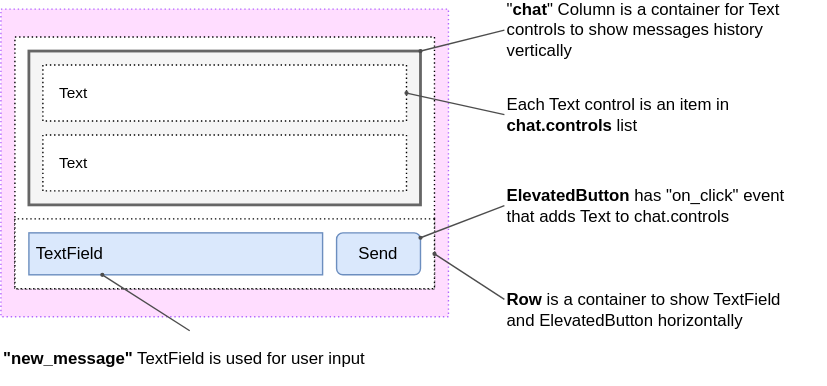
flet-dev/flet keeps this draw.io diagram as sdk/python/examples/tutorials/chat/media/layout-1.svg. Above is the earlier version. Source tidied: cells renumbered, new cells last; positions are measured from the earlier drawing's top-left corner, leaving out a move shared by most shapes.
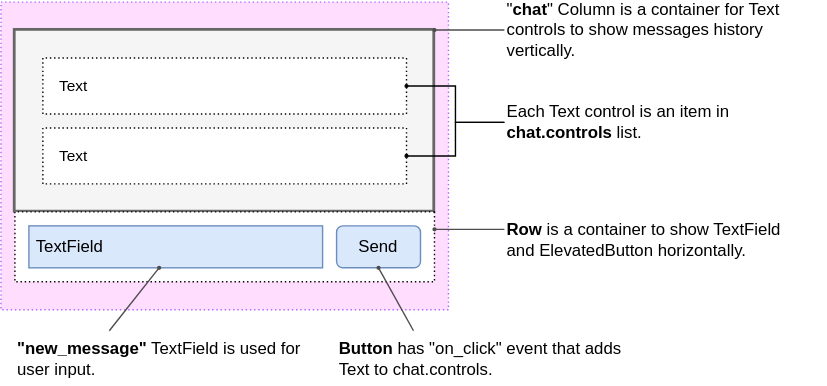
The same file after the commit.

Commit message:
Small fixes for chat tutorial (#6154)

* docs: reorder text layout in chat tutorial

* docs: Fix link and reorder list item

* docs: Fix image

* docs: Fix link

The edit, as a diff of the source:
```diff
@@ -5,11 +5,8 @@
     <mxCell id="2" style="rounded=0;whiteSpace=wrap;html=1;dashed=1;dashPattern=1 2;fillColor=#FFDDFF;strokeColor=#B266FF;" parent="1" vertex="1">
       <mxGeometry width="320" height="220" as="geometry" />
     </mxCell>
-    <mxCell id="3" style="rounded=0;whiteSpace=wrap;html=1;direction=south;dashed=1;dashPattern=1 2;" parent="1" vertex="1">
-      <mxGeometry x="10" y="20" width="300" height="180" as="geometry" />
-    </mxCell>
     <mxCell id="4" style="rounded=0;whiteSpace=wrap;html=1;direction=south;fillColor=#f5f5f5;strokeColor=#666666;fontColor=#333333;strokeWidth=2;" parent="1" vertex="1">
-      <mxGeometry x="20" y="30" width="280" height="110" as="geometry" />
+      <mxGeometry x="10" y="20" width="300" height="130" as="geometry" />
     </mxCell>
     <mxCell id="5" style="rounded=0;whiteSpace=wrap;html=1;direction=south;dashed=1;dashPattern=1 2;" parent="1" vertex="1">
       <mxGeometry x="30" y="40" width="260" height="40" as="geometry" />
@@ -23,44 +20,47 @@
     <mxCell id="8" value="Send" style="rounded=1;whiteSpace=wrap;html=1;fillColor=#dae8fc;sketch=0;strokeColor=#6c8ebf;" parent="1" vertex="1">
       <mxGeometry x="240" y="160" width="60" height="30" as="geometry" />
     </mxCell>
-    <mxCell id="9" value="&lt;b&gt;ElevatedButton&lt;/b&gt; has &quot;on_click&quot; event that adds Text to chat.controls" style="text;html=1;strokeColor=none;fillColor=none;align=left;verticalAlign=middle;whiteSpace=wrap;rounded=0;dashed=1;dashPattern=1 2;sketch=0;fontSize=12;" parent="1" vertex="1">
-      <mxGeometry x="360" y="121" width="220" height="39" as="geometry" />
+    <mxCell id="9" value="&lt;b&gt;Button&lt;/b&gt; has &quot;on_click&quot; event that adds Text to chat.controls." style="text;html=1;strokeColor=none;fillColor=none;align=left;verticalAlign=middle;whiteSpace=wrap;rounded=0;dashed=1;dashPattern=1 2;sketch=0;fontSize=12;" parent="1" vertex="1">
+      <mxGeometry x="240" y="235" width="220" height="39" as="geometry" />
     </mxCell>
-    <mxCell id="10" style="endArrow=oval;html=1;endFill=1;strokeWidth=1;jumpSize=5;endSize=2;startSize=2;strokeColor=#4D4D4D;exitX=0;exitY=0.5;exitDx=0;exitDy=0;" parent="1" edge="1" source="9" target="8">
+    <mxCell id="10" style="endArrow=oval;html=1;endFill=1;strokeWidth=1;jumpSize=5;endSize=2;startSize=2;strokeColor=#4D4D4D;entryX=0.5;entryY=1;entryDx=0;entryDy=0;exitX=0.25;exitY=0;exitDx=0;exitDy=0;" parent="1" edge="1" source="9" target="8">
       <mxGeometry relative="1" as="geometry" />
     </mxCell>
     <mxCell id="11" value="Text" style="text;html=1;strokeColor=none;fillColor=none;align=left;verticalAlign=middle;whiteSpace=wrap;rounded=0;dashed=1;dashPattern=1 2;sketch=0;fontSize=11;" parent="1" vertex="1">
       <mxGeometry x="40" y="50.5" width="100" height="19" as="geometry" />
     </mxCell>
-    <mxCell id="12" value="Each Text control is an item in &lt;b&gt;chat.controls&lt;/b&gt; list" style="text;html=1;strokeColor=none;fillColor=none;align=left;verticalAlign=middle;whiteSpace=wrap;rounded=0;dashed=1;dashPattern=1 2;sketch=0;fontSize=12;" parent="1" vertex="1">
-      <mxGeometry x="360" y="61" width="230" height="29" as="geometry" />
+    <mxCell id="12" value="Each Text control is an item in &lt;b&gt;chat.controls&lt;/b&gt; list." style="text;html=1;strokeColor=none;fillColor=none;align=left;verticalAlign=middle;whiteSpace=wrap;rounded=0;dashed=1;dashPattern=1 2;sketch=0;fontSize=12;" parent="1" vertex="1">
+      <mxGeometry x="360" y="71.5" width="230" height="29" as="geometry" />
     </mxCell>
-    <mxCell id="13" style="endArrow=oval;html=1;endFill=1;strokeWidth=1;jumpSize=5;endSize=2;startSize=2;strokeColor=#4D4D4D;exitX=0;exitY=0.5;exitDx=0;exitDy=0;entryX=0.5;entryY=0;entryDx=0;entryDy=0;" parent="1" edge="1" source="12" target="5">
-      <mxGeometry relative="1" as="geometry" />
-    </mxCell>
-    <mxCell id="14" value="&quot;&lt;b&gt;chat&lt;/b&gt;&quot; Column is a container for Text controls to show messages history vertically" style="text;html=1;strokeColor=none;fillColor=none;align=left;verticalAlign=middle;whiteSpace=wrap;rounded=0;dashed=1;dashPattern=1 2;sketch=0;fontSize=12;" parent="1" vertex="1">
-      <mxGeometry x="360" width="210" height="30" as="geometry" />
+    <mxCell id="14" value="&quot;&lt;b&gt;chat&lt;/b&gt;&quot; Column is a container for Text controls to show messages history vertically." style="text;html=1;strokeColor=none;fillColor=none;align=left;verticalAlign=middle;whiteSpace=wrap;rounded=0;dashed=1;dashPattern=1 2;sketch=0;fontSize=12;" parent="1" vertex="1">
+      <mxGeometry x="360" y="5" width="210" height="30" as="geometry" />
     </mxCell>
-    <mxCell id="15" style="endArrow=oval;html=1;endFill=1;strokeWidth=1;jumpSize=5;endSize=2;startSize=2;strokeColor=#4D4D4D;exitX=0;exitY=0.5;exitDx=0;exitDy=0;entryX=0;entryY=0;entryDx=0;entryDy=0;" parent="1" edge="1" source="14" target="4">
-      <mxGeometry relative="1" as="geometry" />
-    </mxCell>
     <mxCell id="16" style="rounded=0;whiteSpace=wrap;html=1;direction=south;dashed=1;dashPattern=1 2;" parent="1" vertex="1">
       <mxGeometry x="30" y="90" width="260" height="40" as="geometry" />
     </mxCell>
     <mxCell id="17" value="Text" style="text;html=1;strokeColor=none;fillColor=none;align=left;verticalAlign=middle;whiteSpace=wrap;rounded=0;dashed=1;dashPattern=1 2;sketch=0;fontSize=11;" parent="1" vertex="1">
       <mxGeometry x="40" y="100.5" width="100" height="19" as="geometry" />
     </mxCell>
-    <mxCell id="18" value="&lt;b&gt;&quot;new_message&quot;&lt;/b&gt; TextField is used for user input&amp;nbsp;" style="text;html=1;strokeColor=none;fillColor=none;align=left;verticalAlign=middle;whiteSpace=wrap;rounded=0;dashed=1;dashPattern=1 2;sketch=0;fontSize=12;" parent="1" vertex="1">
-      <mxGeometry y="230" width="270" height="39" as="geometry" />
+    <mxCell id="18" value="&lt;div&gt;&lt;b&gt;&quot;new_message&quot;&lt;/b&gt; TextField is used for&amp;nbsp;&lt;/div&gt;&lt;div&gt;user input.&amp;nbsp;&lt;/div&gt;" style="text;html=1;strokeColor=none;fillColor=none;align=left;verticalAlign=middle;whiteSpace=wrap;rounded=0;dashed=1;dashPattern=1 2;sketch=0;fontSize=12;" parent="1" vertex="1">
+      <mxGeometry x="10" y="235" width="270" height="39" as="geometry" />
     </mxCell>
-    <mxCell id="19" style="endArrow=oval;html=1;endFill=1;strokeWidth=1;jumpSize=5;endSize=2;startSize=2;strokeColor=#4D4D4D;exitX=0.5;exitY=0;exitDx=0;exitDy=0;entryX=0.25;entryY=1;entryDx=0;entryDy=0;" parent="1" edge="1" source="18" target="7">
+    <mxCell id="19" style="endArrow=oval;html=1;endFill=1;strokeWidth=1;jumpSize=5;endSize=2;startSize=2;strokeColor=#4D4D4D;exitX=0.25;exitY=0;exitDx=0;exitDy=0;" parent="1" edge="1" source="18" target="7">
       <mxGeometry relative="1" as="geometry" />
     </mxCell>
-    <mxCell id="20" value="&lt;b&gt;Row&lt;/b&gt; is a container to show TextField and ElevatedButton horizontally" style="text;html=1;strokeColor=none;fillColor=none;align=left;verticalAlign=middle;whiteSpace=wrap;rounded=0;dashed=1;dashPattern=1 2;sketch=0;fontSize=12;" parent="1" vertex="1">
-      <mxGeometry x="360" y="200" width="210" height="30" as="geometry" />
+    <mxCell id="20" value="&lt;b&gt;Row&lt;/b&gt; is a container to show TextField and ElevatedButton horizontally." style="text;html=1;strokeColor=none;fillColor=none;align=left;verticalAlign=middle;whiteSpace=wrap;rounded=0;dashed=1;dashPattern=1 2;sketch=0;fontSize=12;" parent="1" vertex="1">
+      <mxGeometry x="360" y="155" width="210" height="30" as="geometry" />
     </mxCell>
-    <mxCell id="21" style="endArrow=oval;html=1;endFill=1;strokeWidth=1;jumpSize=5;endSize=2;startSize=2;strokeColor=#4D4D4D;exitX=0;exitY=0.25;exitDx=0;exitDy=0;entryX=0.5;entryY=0;entryDx=0;entryDy=0;" parent="1" edge="1" source="20" target="6">
+    <mxCell id="21" style="endArrow=oval;html=1;endFill=1;strokeWidth=1;jumpSize=5;endSize=2;startSize=2;strokeColor=#4D4D4D;exitX=0;exitY=0.25;exitDx=0;exitDy=0;entryX=0.25;entryY=0;entryDx=0;entryDy=0;" parent="1" edge="1" source="20" target="6">
       <mxGeometry relative="1" as="geometry" />
     </mxCell>
+    <mxCell id="13" style="edgeStyle=orthogonalEdgeStyle;rounded=0;jettySize=auto;html=1;startSize=2;endSize=2;endArrow=oval;endFill=1;" parent="1" edge="1" source="12" target="5">
+      <mxGeometry relative="1" as="geometry" />
+    </mxCell>
+    <mxCell id="22" style="edgeStyle=orthogonalEdgeStyle;rounded=0;jettySize=auto;html=1;exitX=0;exitY=0.5;exitDx=0;exitDy=0;entryX=0.5;entryY=0;entryDx=0;entryDy=0;endArrow=oval;endFill=1;startSize=2;endSize=2;" parent="1" edge="1" source="12" target="16">
+      <mxGeometry relative="1" as="geometry" />
+    </mxCell>
+    <mxCell id="15" style="endArrow=oval;html=1;endFill=1;strokeWidth=1;jumpSize=5;endSize=2;startSize=2;strokeColor=#4D4D4D;exitX=0;exitY=0.5;exitDx=0;exitDy=0;entryX=0;entryY=0;entryDx=0;entryDy=0;" parent="1" edge="1" source="14" target="4">
+      <mxGeometry relative="1" as="geometry" />
+    </mxCell>
   </root>
 </mxGraphModel>
```
